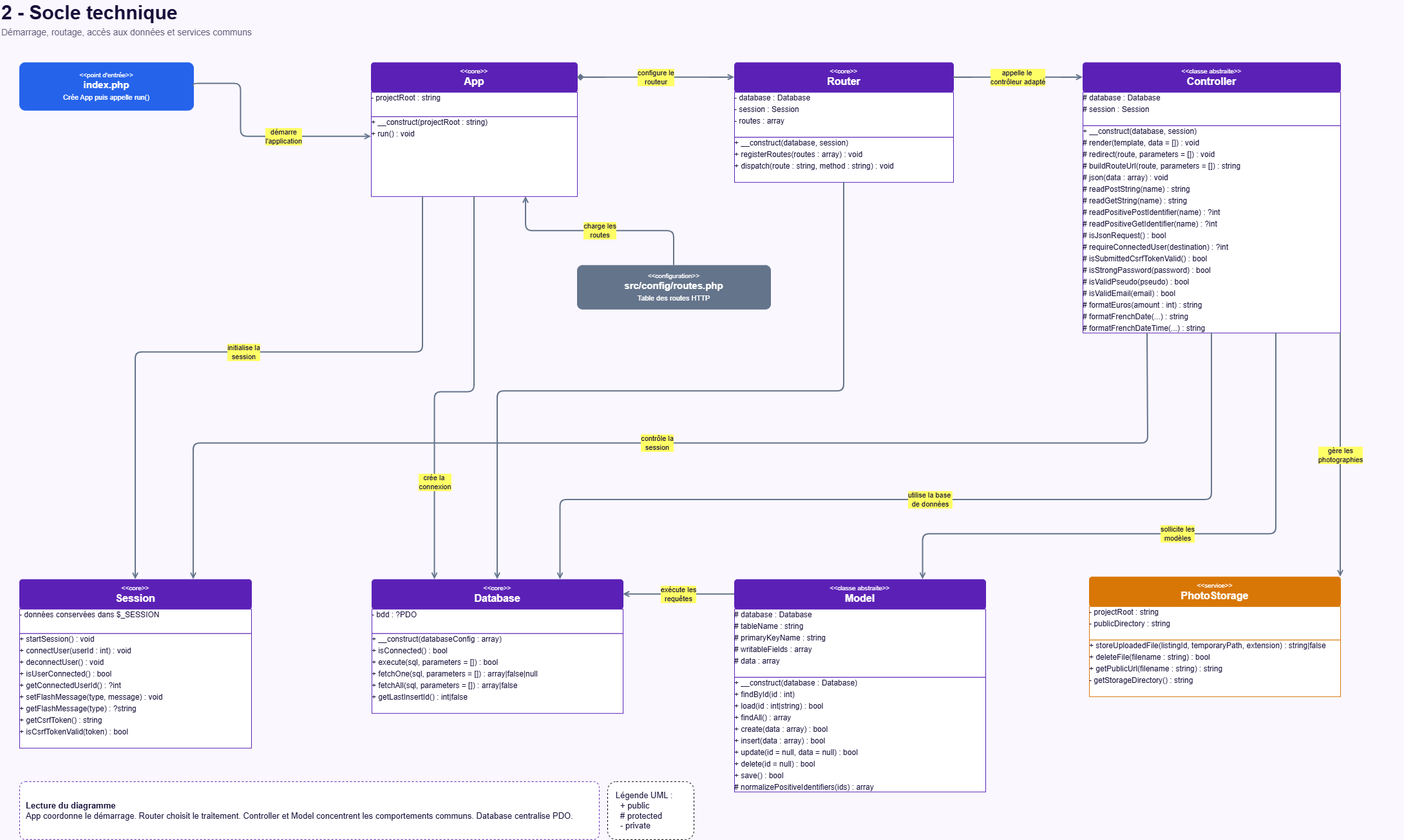
Before: documents/readme/02 - UML - Socle technique - QDM.png, a diagram exported from draw.io (anthonylepichon/quiditmieux). Source tidied: cells renumbered, new cells last; positions are measured from the earlier drawing's top-left corner, leaving out a move shared by most shapes.
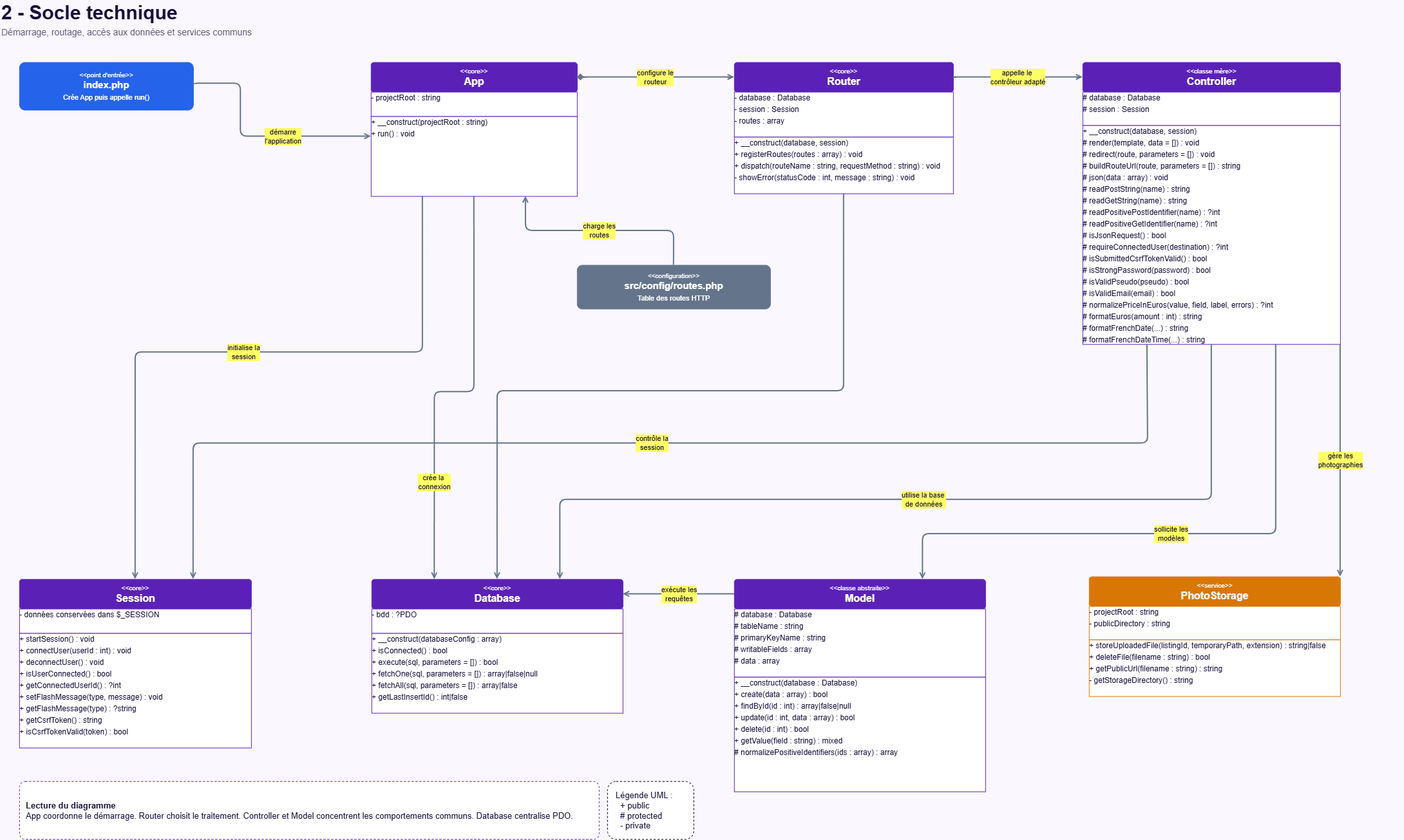
The same diagram one commit later.

What changed in the source:
```diff
@@ -6,7 +6,7 @@
       <mxGeometry width="2180" height="60" as="geometry" />
     </mxCell>
     <mxCell id="3" style="group;" parent="1" vertex="1">
-      <mxGeometry x="1140" y="97" width="340" height="186" as="geometry" />
+      <mxGeometry x="1140" y="97" width="340" height="204" as="geometry" />
     </mxCell>
     <mxCell id="4" value="&lt;div style=&quot;font-size:10px;font-weight:400;&quot;&gt;&amp;lt;&amp;lt;core&amp;gt;&amp;gt;&lt;/div&gt;&lt;div style=&quot;font-size:16px;font-weight:700;&quot;&gt;Router&lt;/div&gt;" style="rounded=1;whiteSpace=wrap;html=1;fillColor=#5B21B6;strokeColor=#5B21B6;fontColor=#FFFFFF;align=center;verticalAlign=middle;arcSize=10;" parent="3" vertex="1">
       <mxGeometry width="340" height="46" as="geometry" />
@@ -14,20 +14,20 @@
     <mxCell id="5" value="&lt;div style=&quot;line-height:18px;&quot;&gt;- database : Database&lt;/div&gt;&lt;div style=&quot;line-height:18px;&quot;&gt;- session : Session&lt;/div&gt;&lt;div style=&quot;line-height:18px;&quot;&gt;- routes : array&lt;/div&gt;" style="rounded=0;whiteSpace=wrap;html=1;fillColor=#FFFFFF;strokeColor=#5B21B6;fontColor=#18103A;fontSize=12;align=left;verticalAlign=top;spacing=8;overflow=fill;" parent="3" vertex="1">
       <mxGeometry y="46" width="340" height="70" as="geometry" />
     </mxCell>
-    <mxCell id="6" value="&lt;div style=&quot;line-height:18px;&quot;&gt;+ __construct(database, session)&lt;/div&gt;&lt;div style=&quot;line-height:18px;&quot;&gt;+ registerRoutes(routes : array) : void&lt;/div&gt;&lt;div style=&quot;line-height:18px;&quot;&gt;+ dispatch(route : string, method : string) : void&lt;/div&gt;" style="rounded=0;whiteSpace=wrap;html=1;fillColor=#FFFFFF;strokeColor=#5B21B6;fontColor=#18103A;fontSize=12;align=left;verticalAlign=top;spacing=8;overflow=fill;arcSize=6;" parent="3" vertex="1">
-      <mxGeometry y="116" width="340" height="70" as="geometry" />
+    <mxCell id="6" value="&lt;div style=&quot;line-height:18px;&quot;&gt;+ __construct(database, session)&lt;/div&gt;&lt;div style=&quot;line-height:18px;&quot;&gt;+ registerRoutes(routes : array) : void&lt;/div&gt;&lt;div style=&quot;line-height:18px;&quot;&gt;+ dispatch(routeName : string, requestMethod : string) : void&lt;/div&gt;&lt;div style=&quot;line-height:18px;&quot;&gt;- showError(statusCode : int, message : string) : void&lt;/div&gt;" style="rounded=0;whiteSpace=wrap;html=1;fillColor=#FFFFFF;strokeColor=#5B21B6;fontColor=#18103A;fontSize=12;align=left;verticalAlign=top;spacing=8;overflow=fill;arcSize=6;" parent="3" vertex="1">
+      <mxGeometry y="116" width="340" height="88" as="geometry" />
     </mxCell>
     <mxCell id="7" style="group;" parent="1" vertex="1">
-      <mxGeometry x="1681" y="97" width="400" height="420" as="geometry" />
+      <mxGeometry x="1681" y="97" width="400" height="438" as="geometry" />
     </mxCell>
-    <mxCell id="8" value="&lt;div style=&quot;font-size:10px;font-weight:400;&quot;&gt;&amp;lt;&amp;lt;classe abstraite&amp;gt;&amp;gt;&lt;/div&gt;&lt;div style=&quot;font-size:16px;font-weight:700;&quot;&gt;Controller&lt;/div&gt;" style="rounded=1;whiteSpace=wrap;html=1;fillColor=#5B21B6;strokeColor=#5B21B6;fontColor=#FFFFFF;align=center;verticalAlign=middle;arcSize=10;" parent="7" vertex="1">
+    <mxCell id="8" value="&lt;div style=&quot;font-size:10px;font-weight:400;&quot;&gt;&amp;lt;&amp;lt;classe mère&amp;gt;&amp;gt;&lt;/div&gt;&lt;div style=&quot;font-size:16px;font-weight:700;&quot;&gt;Controller&lt;/div&gt;" style="rounded=1;whiteSpace=wrap;html=1;fillColor=#5B21B6;strokeColor=#5B21B6;fontColor=#FFFFFF;align=center;verticalAlign=middle;arcSize=10;" parent="7" vertex="1">
       <mxGeometry width="400" height="46" as="geometry" />
     </mxCell>
     <mxCell id="9" value="&lt;div style=&quot;line-height:18px;&quot;&gt;# database : Database&lt;/div&gt;&lt;div style=&quot;line-height:18px;&quot;&gt;# session : Session&lt;/div&gt;" style="rounded=0;whiteSpace=wrap;html=1;fillColor=#FFFFFF;strokeColor=#5B21B6;fontColor=#18103A;fontSize=12;align=left;verticalAlign=top;spacing=8;overflow=fill;" parent="7" vertex="1">
       <mxGeometry y="46" width="400" height="52" as="geometry" />
     </mxCell>
-    <mxCell id="10" value="&lt;div style=&quot;line-height:18px;&quot;&gt;+ __construct(database, session)&lt;/div&gt;&lt;div style=&quot;line-height:18px;&quot;&gt;# render(template, data = []) : void&lt;/div&gt;&lt;div style=&quot;line-height:18px;&quot;&gt;# redirect(route, parameters = []) : void&lt;/div&gt;&lt;div style=&quot;line-height:18px;&quot;&gt;# buildRouteUrl(route, parameters = []) : string&lt;/div&gt;&lt;div style=&quot;line-height:18px;&quot;&gt;# json(data : array) : void&lt;/div&gt;&lt;div style=&quot;line-height:18px;&quot;&gt;# readPostString(name) : string&lt;/div&gt;&lt;div style=&quot;line-height:18px;&quot;&gt;# readGetString(name) : string&lt;/div&gt;&lt;div style=&quot;line-height:18px;&quot;&gt;# readPositivePostIdentifier(name) : ?int&lt;/div&gt;&lt;div style=&quot;line-height:18px;&quot;&gt;# readPositiveGetIdentifier(name) : ?int&lt;/div&gt;&lt;div style=&quot;line-height:18px;&quot;&gt;# isJsonRequest() : bool&lt;/div&gt;&lt;div style=&quot;line-height:18px;&quot;&gt;# requireConnectedUser(destination) : ?int&lt;/div&gt;&lt;div style=&quot;line-height:18px;&quot;&gt;# isSubmittedCsrfTokenValid() : bool&lt;/div&gt;&lt;div style=&quot;line-height:18px;&quot;&gt;# isStrongPassword(password) : bool&lt;/div&gt;&lt;div style=&quot;line-height:18px;&quot;&gt;# isValidPseudo(pseudo) : bool&lt;/div&gt;&lt;div style=&quot;line-height:18px;&quot;&gt;# isValidEmail(email) : bool&lt;/div&gt;&lt;div style=&quot;line-height:18px;&quot;&gt;# formatEuros(amount : int) : string&lt;/div&gt;&lt;div style=&quot;line-height:18px;&quot;&gt;# formatFrenchDate(...) : string&lt;/div&gt;&lt;div style=&quot;line-height:18px;&quot;&gt;# formatFrenchDateTime(...) : string&lt;/div&gt;" style="rounded=0;whiteSpace=wrap;html=1;fillColor=#FFFFFF;strokeColor=#5B21B6;fontColor=#18103A;fontSize=12;align=left;verticalAlign=top;spacing=8;overflow=fill;arcSize=6;" parent="7" vertex="1">
-      <mxGeometry y="98" width="400" height="322" as="geometry" />
+    <mxCell id="10" value="&lt;div style=&quot;line-height:18px;&quot;&gt;+ __construct(database, session)&lt;/div&gt;&lt;div style=&quot;line-height:18px;&quot;&gt;# render(template, data = []) : void&lt;/div&gt;&lt;div style=&quot;line-height:18px;&quot;&gt;# redirect(route, parameters = []) : void&lt;/div&gt;&lt;div style=&quot;line-height:18px;&quot;&gt;# buildRouteUrl(route, parameters = []) : string&lt;/div&gt;&lt;div style=&quot;line-height:18px;&quot;&gt;# json(data : array) : void&lt;/div&gt;&lt;div style=&quot;line-height:18px;&quot;&gt;# readPostString(name) : string&lt;/div&gt;&lt;div style=&quot;line-height:18px;&quot;&gt;# readGetString(name) : string&lt;/div&gt;&lt;div style=&quot;line-height:18px;&quot;&gt;# readPositivePostIdentifier(name) : ?int&lt;/div&gt;&lt;div style=&quot;line-height:18px;&quot;&gt;# readPositiveGetIdentifier(name) : ?int&lt;/div&gt;&lt;div style=&quot;line-height:18px;&quot;&gt;# isJsonRequest() : bool&lt;/div&gt;&lt;div style=&quot;line-height:18px;&quot;&gt;# requireConnectedUser(destination) : ?int&lt;/div&gt;&lt;div style=&quot;line-height:18px;&quot;&gt;# isSubmittedCsrfTokenValid() : bool&lt;/div&gt;&lt;div style=&quot;line-height:18px;&quot;&gt;# isStrongPassword(password) : bool&lt;/div&gt;&lt;div style=&quot;line-height:18px;&quot;&gt;# isValidPseudo(pseudo) : bool&lt;/div&gt;&lt;div style=&quot;line-height:18px;&quot;&gt;# isValidEmail(email) : bool&lt;/div&gt;&lt;div style=&quot;line-height:18px;&quot;&gt;# normalizePriceInEuros(value, field, label, errors) : ?int&lt;/div&gt;&lt;div style=&quot;line-height:18px;&quot;&gt;# formatEuros(amount : int) : string&lt;/div&gt;&lt;div style=&quot;line-height:18px;&quot;&gt;# formatFrenchDate(...) : string&lt;/div&gt;&lt;div style=&quot;line-height:18px;&quot;&gt;# formatFrenchDateTime(...) : string&lt;/div&gt;" style="rounded=0;whiteSpace=wrap;html=1;fillColor=#FFFFFF;strokeColor=#5B21B6;fontColor=#18103A;fontSize=12;align=left;verticalAlign=top;spacing=8;overflow=fill;arcSize=6;" parent="7" vertex="1">
+      <mxGeometry y="98" width="400" height="340" as="geometry" />
     </mxCell>
     <mxCell id="11" style="group;" parent="1" vertex="1">
       <mxGeometry x="577" y="900" width="390" height="208" as="geometry" />
@@ -160,7 +160,7 @@
     <mxCell id="38" value="&lt;div style=&quot;line-height:18px;&quot;&gt;# database : Database&lt;/div&gt;&lt;div style=&quot;line-height:18px;&quot;&gt;# tableName : string&lt;/div&gt;&lt;div style=&quot;line-height:18px;&quot;&gt;# primaryKeyName : string&lt;/div&gt;&lt;div style=&quot;line-height:18px;&quot;&gt;# writableFields : array&lt;/div&gt;&lt;div style=&quot;line-height:18px;&quot;&gt;# data : array&lt;/div&gt;" style="rounded=0;whiteSpace=wrap;html=1;fillColor=#FFFFFF;strokeColor=#5B21B6;fontColor=#18103A;fontSize=12;align=left;verticalAlign=top;spacing=8;overflow=fill;" parent="1" vertex="1">
       <mxGeometry x="1140" y="946" width="390" height="106" as="geometry" />
     </mxCell>
-    <mxCell id="39" value="&lt;div style=&quot;line-height:18px;&quot;&gt;+ __construct(database : Database)&lt;/div&gt;&lt;div style=&quot;line-height:18px;&quot;&gt;+ findById(id : int)&lt;/div&gt;&lt;div style=&quot;line-height:18px;&quot;&gt;+ load(id : int|string) : bool&lt;/div&gt;&lt;div style=&quot;line-height:18px;&quot;&gt;+ findAll() : array&lt;/div&gt;&lt;div style=&quot;line-height:18px;&quot;&gt;+ create(data : array) : bool&lt;/div&gt;&lt;div style=&quot;line-height:18px;&quot;&gt;+ insert(data : array) : bool&lt;/div&gt;&lt;div style=&quot;line-height:18px;&quot;&gt;+ update(id = null, data = null) : bool&lt;/div&gt;&lt;div style=&quot;line-height:18px;&quot;&gt;+ delete(id = null) : bool&lt;/div&gt;&lt;div style=&quot;line-height:18px;&quot;&gt;+ save() : bool&lt;/div&gt;&lt;div style=&quot;line-height:18px;&quot;&gt;# normalizePositiveIdentifiers(ids) : array&lt;/div&gt;" style="rounded=0;whiteSpace=wrap;html=1;fillColor=#FFFFFF;strokeColor=#5B21B6;fontColor=#18103A;fontSize=12;align=left;verticalAlign=top;spacing=8;overflow=fill;arcSize=6;" parent="1" vertex="1">
+    <mxCell id="39" value="&lt;div style=&quot;line-height:18px;&quot;&gt;+ __construct(database : Database)&lt;/div&gt;&lt;div style=&quot;line-height:18px;&quot;&gt;+ create(data : array) : bool&lt;/div&gt;&lt;div style=&quot;line-height:18px;&quot;&gt;+ findById(id : int) : array|false|null&lt;/div&gt;&lt;div style=&quot;line-height:18px;&quot;&gt;+ update(id : int, data : array) : bool&lt;/div&gt;&lt;div style=&quot;line-height:18px;&quot;&gt;+ delete(id : int) : bool&lt;/div&gt;&lt;div style=&quot;line-height:18px;&quot;&gt;+ getValue(field : string) : mixed&lt;/div&gt;&lt;div style=&quot;line-height:18px;&quot;&gt;# normalizePositiveIdentifiers(ids : array) : array&lt;/div&gt;" style="rounded=0;whiteSpace=wrap;html=1;fillColor=#FFFFFF;strokeColor=#5B21B6;fontColor=#18103A;fontSize=12;align=left;verticalAlign=top;spacing=8;overflow=fill;arcSize=6;" parent="1" vertex="1">
       <mxGeometry x="1140" y="1052" width="390" height="178" as="geometry" />
     </mxCell>
     <mxCell id="40" value="&lt;div style=&quot;font-size:10px;font-weight:400;&quot;&gt;&amp;lt;&amp;lt;service&amp;gt;&amp;gt;&lt;/div&gt;&lt;div style=&quot;font-size:16px;font-weight:700;&quot;&gt;PhotoStorage&lt;/div&gt;" style="rounded=1;whiteSpace=wrap;html=1;fillColor=#D97706;strokeColor=#D97706;fontColor=#FFFFFF;align=center;verticalAlign=middle;arcSize=10;" parent="1" vertex="1">
```
